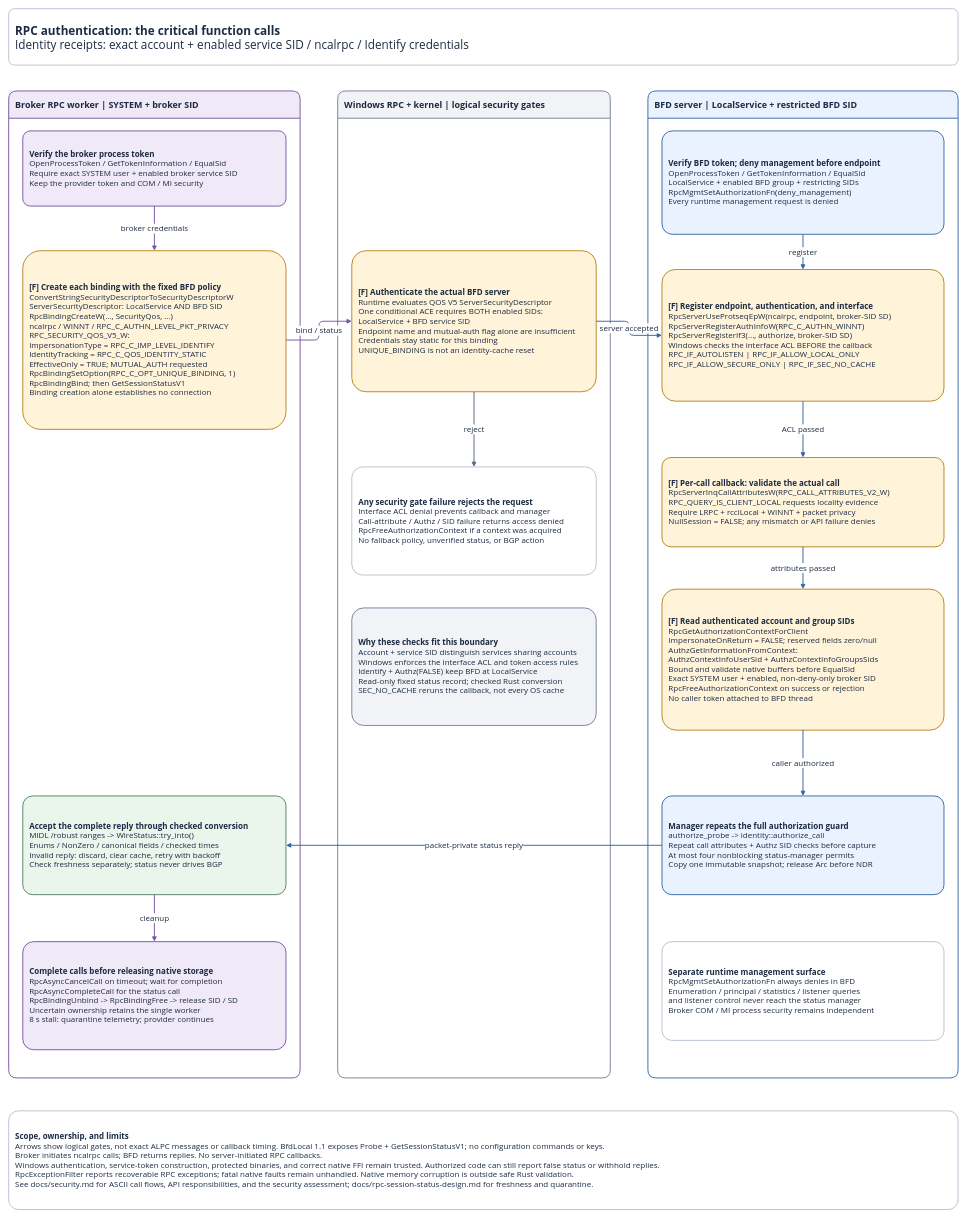
miketheitguy/bfd-winservice keeps this draw.io diagram as page "3 RPC authentication" (3 of 3) of docs/service-communication.drawio. Above is the earlier version. Source tidied: cells renumbered, new cells numbered last; positions are measured from the earlier drawing's top-left corner, leaving out a move shared by most shapes. Both pictures are drawn from the tidied source at 47%, with x=0, y=0 at pixel (8, 8).
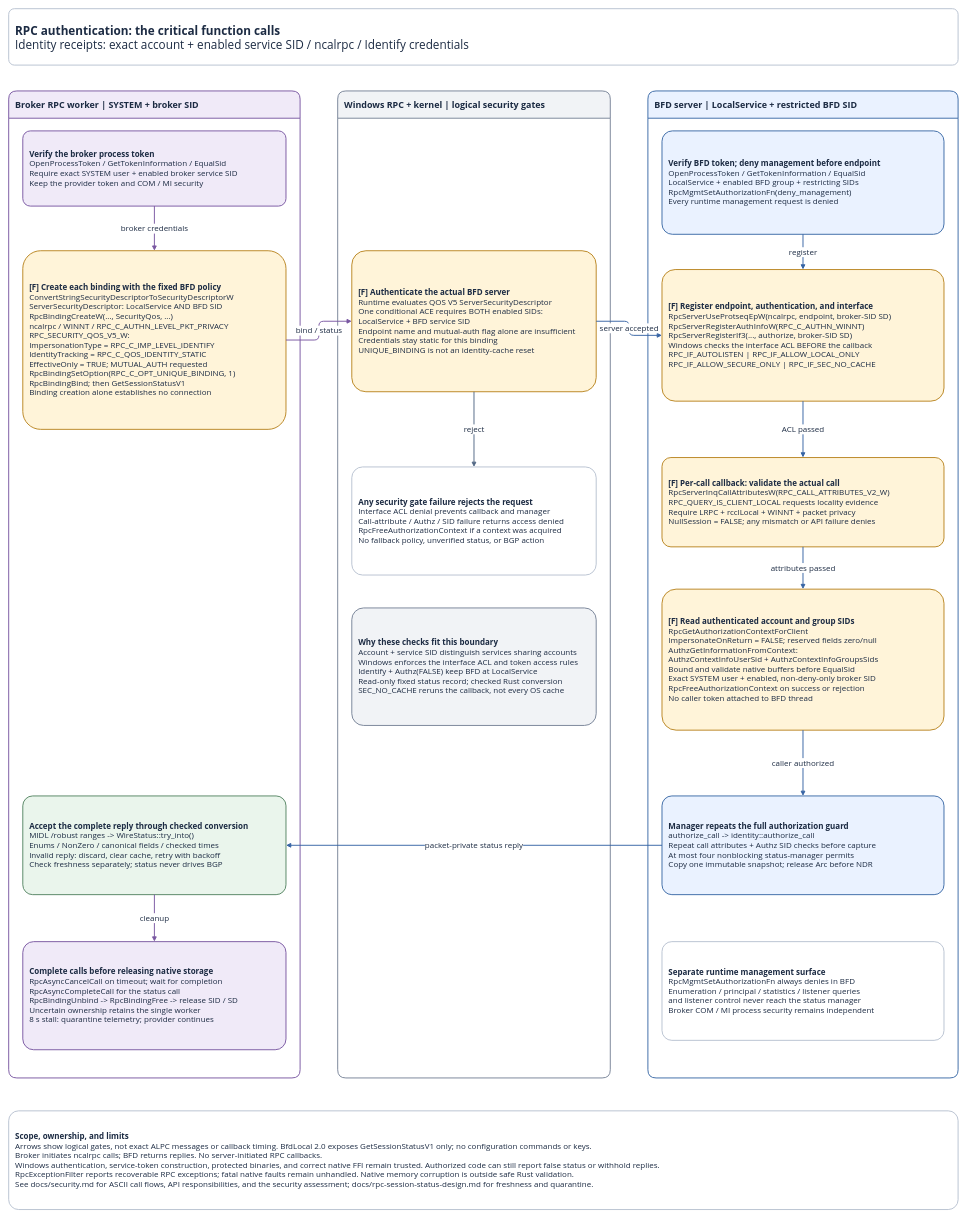
The same diagram, later.

Unchanged cells that the change refers to:
```xml
<mxCell id="5" value="&lt;b&gt;BFD server | LocalService + restricted BFD SID&lt;/b&gt;" style="rounded=1;arcSize=10;whiteSpace=wrap;html=1;fillColor=#EAF2FF;strokeColor=#3A69A6;strokeWidth=2;fontFamily=Segoe UI;fontSize=19;fontColor=#1C2B43;spacing=14;align=left;verticalAlign=middle;shape=swimlane;startSize=58;horizontal=1;swimlaneLine=1;" parent="1" vertex="1">
  <mxGeometry x="1360" y="175" width="660" height="2100" as="geometry" />
</mxCell>
```

Diff of the diagram source:
```diff
@@
-    <mxCell id="13" value="&lt;b&gt;Manager repeats the full authorization guard&lt;/b&gt;&lt;br&gt;authorize_probe -&gt; identity::authorize_call&lt;br&gt;Repeat call attributes + Authz SID checks before capture&lt;br&gt;At most four nonblocking status-manager permits&lt;br&gt;Copy one immutable snapshot; release Arc before NDR" style="rounded=1;arcSize=10;whiteSpace=wrap;html=1;fillColor=#EAF2FF;strokeColor=#3A69A6;strokeWidth=2;fontFamily=Segoe UI;fontSize=17;fontColor=#1C2B43;spacing=14;align=left;verticalAlign=middle;" parent="5" vertex="1">
+    <mxCell id="13" value="&lt;b&gt;Manager repeats the full authorization guard&lt;/b&gt;&lt;br&gt;authorize_call -&gt; identity::authorize_call&lt;br&gt;Repeat call attributes + Authz SID checks before capture&lt;br&gt;At most four nonblocking status-manager permits&lt;br&gt;Copy one immutable snapshot; release Arc before NDR" style="rounded=1;arcSize=10;whiteSpace=wrap;html=1;fillColor=#EAF2FF;strokeColor=#3A69A6;strokeWidth=2;fontFamily=Segoe UI;fontSize=17;fontColor=#1C2B43;spacing=14;align=left;verticalAlign=middle;" parent="5" vertex="1">
       <mxGeometry x="30" y="1500" width="600" height="210" as="geometry" />
     </mxCell>
@@
-    <mxCell id="29" value="&lt;b&gt;Scope, ownership, and limits&lt;/b&gt;&lt;br&gt;Arrows show logical gates, not exact ALPC messages or callback timing. BfdLocal 1.1 exposes Probe + GetSessionStatusV1; no configuration commands or keys.&lt;br&gt;Broker initiates ncalrpc calls; BFD returns replies. No server-initiated RPC callbacks.&lt;br&gt;Windows authentication, service-token construction, protected binaries, and correct native FFI remain trusted. Authorized code can still report false status or withhold replies.&lt;br&gt;RpcExceptionFilter reports recoverable RPC exceptions; fatal native faults remain unhandled. Native memory corruption is outside safe Rust validation.&lt;br&gt;See docs/security.md for ASCII call flows, API responsibilities, and the security assessment; docs/rpc-session-status-design.md for freshness and quarantine." style="rounded=1;arcSize=10;whiteSpace=wrap;html=1;fillColor=#FFFFFF;strokeColor=#B8C2D0;strokeWidth=2;fontFamily=Segoe UI;fontSize=17;fontColor=#1C2B43;spacing=14;align=left;verticalAlign=middle;" parent="1" vertex="1">
+    <mxCell id="29" value="&lt;b&gt;Scope, ownership, and limits&lt;/b&gt;&lt;br&gt;Arrows show logical gates, not exact ALPC messages or callback timing. BfdLocal 2.0 exposes GetSessionStatusV1 only; no configuration commands or keys.&lt;br&gt;Broker initiates ncalrpc calls; BFD returns replies. No server-initiated RPC callbacks.&lt;br&gt;Windows authentication, service-token construction, protected binaries, and correct native FFI remain trusted. Authorized code can still report false status or withhold replies.&lt;br&gt;RpcExceptionFilter reports recoverable RPC exceptions; fatal native faults remain unhandled. Native memory corruption is outside safe Rust validation.&lt;br&gt;See docs/security.md for ASCII call flows, API responsibilities, and the security assessment; docs/rpc-session-status-design.md for freshness and quarantine." style="rounded=1;arcSize=10;whiteSpace=wrap;html=1;fillColor=#FFFFFF;strokeColor=#B8C2D0;strokeWidth=2;fontFamily=Segoe UI;fontSize=17;fontColor=#1C2B43;spacing=14;align=left;verticalAlign=middle;" parent="1" vertex="1">
       <mxGeometry y="2345" width="2020" height="210" as="geometry" />
     </mxCell>
```
